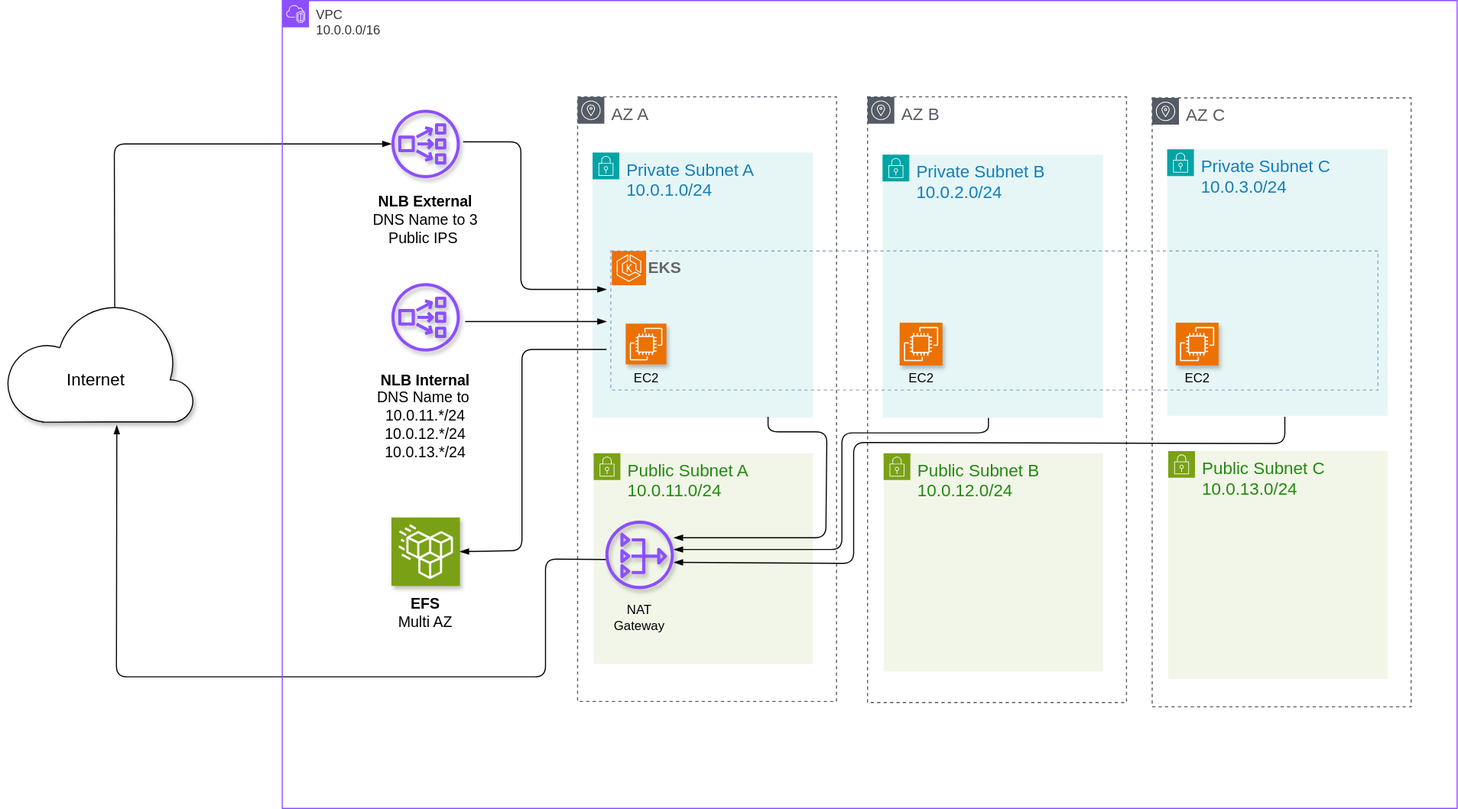
Before: assets/img/eks-terraform.svg, a diagram exported from draw.io (rizvn/rizvn.github.io). Source tidied: cells renumbered, new cells last; positions are measured from the earlier drawing's top-left corner, leaving out a move shared by most shapes.
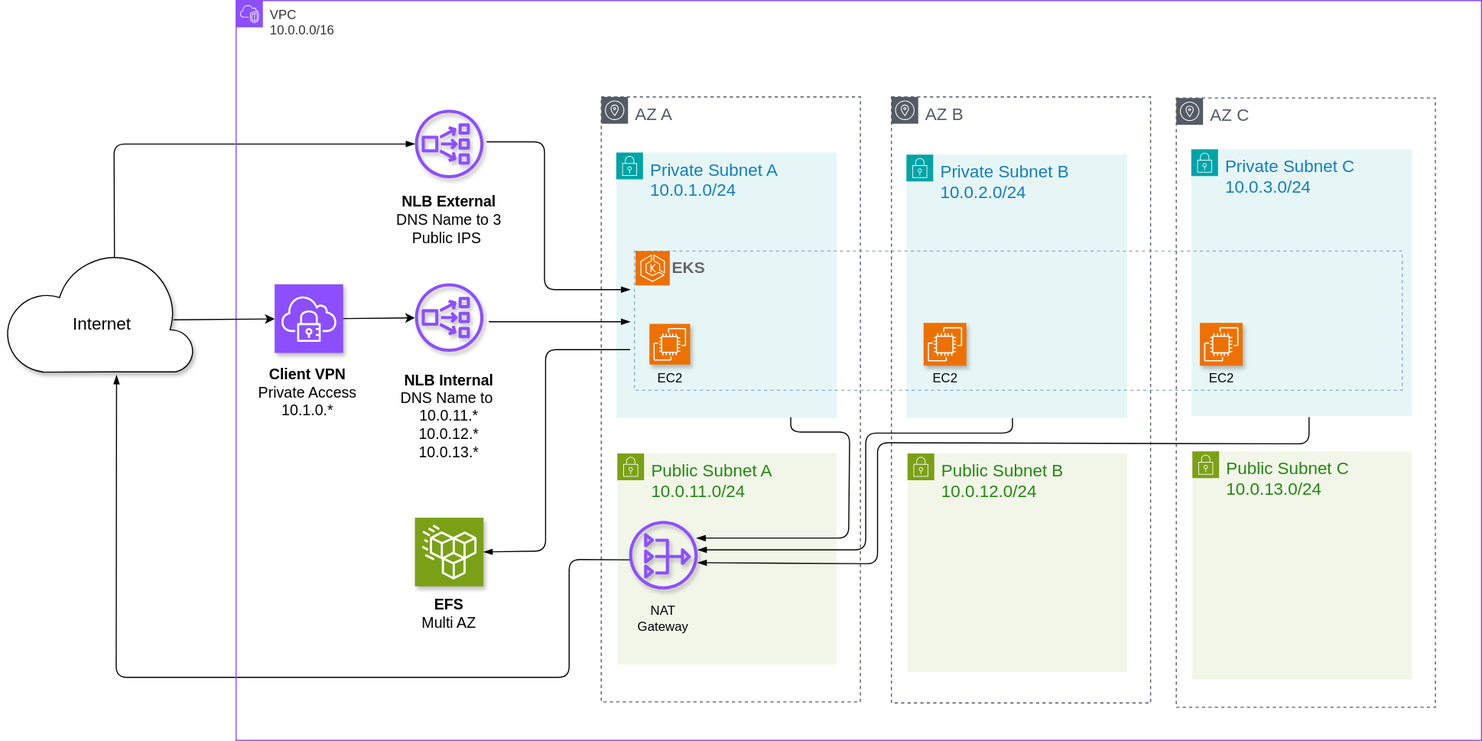
After the change.

What changed in the source:
```diff
@@ -77,7 +77,7 @@
     <mxCell id="26" style="outlineConnect=0;fontColor=#248814;gradientColor=none;fillColor=#8C4FFF;strokeColor=none;dashed=0;verticalLabelPosition=bottom;verticalAlign=top;align=center;html=1;fontSize=12;fontStyle=0;shape=mxgraph.aws4.network_load_balancer;rounded=0;shadow=1;" parent="25" vertex="1">
       <mxGeometry x="20" width="64" height="64" as="geometry" />
     </mxCell>
-    <mxCell id="27" value="&lt;b&gt;NLB Internal&lt;/b&gt;&lt;div style=&quot;font-size: 14px;&quot;&gt;DNS Name to&amp;nbsp;&lt;br style=&quot;font-size: 14px;&quot;&gt;10.0.11.*/24&lt;/div&gt;&lt;div style=&quot;font-size: 14px;&quot;&gt;10.0.12.*/24&lt;br style=&quot;font-size: 14px;&quot;&gt;&lt;/div&gt;&lt;div style=&quot;font-size: 14px;&quot;&gt;10.0.13.*/24&lt;/div&gt;" style="text;html=1;align=center;verticalAlign=middle;whiteSpace=wrap;rounded=0;fontSize=14;" parent="25" vertex="1">
+    <mxCell id="27" value="&lt;b&gt;NLB Internal&lt;/b&gt;&lt;div style=&quot;font-size: 14px;&quot;&gt;DNS Name to&amp;nbsp;&lt;br style=&quot;font-size: 14px;&quot;&gt;10.0.11.*&lt;/div&gt;&lt;div style=&quot;font-size: 14px;&quot;&gt;10.0.12.*&lt;br style=&quot;font-size: 14px;&quot;&gt;&lt;/div&gt;&lt;div style=&quot;font-size: 14px;&quot;&gt;10.0.13.*&lt;/div&gt;" style="text;html=1;align=center;verticalAlign=middle;whiteSpace=wrap;rounded=0;fontSize=14;" parent="25" vertex="1">
       <mxGeometry y="89.3" width="104" height="69.7" as="geometry" />
     </mxCell>
     <mxCell id="28" style="points=[[0,0,0],[0.25,0,0],[0.5,0,0],[0.75,0,0],[1,0,0],[0,1,0],[0.25,1,0],[0.5,1,0],[0.75,1,0],[1,1,0],[0,0.25,0],[0,0.5,0],[0,0.75,0],[1,0.25,0],[1,0.5,0],[1,0.75,0]];outlineConnect=0;fontColor=#232F3E;fillColor=#7AA116;strokeColor=#ffffff;dashed=0;verticalLabelPosition=bottom;verticalAlign=top;align=center;html=1;fontSize=12;fontStyle=0;shape=mxgraph.aws4.resourceIcon;resIcon=mxgraph.aws4.efs_standard;rounded=0;shadow=1;" parent="1" vertex="1">
@@ -114,7 +114,7 @@
     <mxCell id="33" style="endArrow=blockThin;html=1;rounded=1;exitX=0.58;exitY=0.05;exitDx=0;exitDy=0;exitPerimeter=0;endFill=1;curved=0;" parent="1" edge="1" source="35" target="12">
       <mxGeometry relative="1" as="geometry">
         <Array as="points">
-          <mxPoint x="102" y="134" />
+          <mxPoint x="80" y="134" />
         </Array>
       </mxGeometry>
     </mxCell>
@@ -124,12 +124,12 @@
         <Array as="points">
           <mxPoint x="505" y="522" />
           <mxPoint x="505" y="632" />
-          <mxPoint x="104" y="632" />
+          <mxPoint x="82" y="632" />
         </Array>
       </mxGeometry>
     </mxCell>
     <mxCell id="35" style="sketch=0;shadow=1;dashed=0;html=1;strokeColor=default;labelPosition=center;verticalLabelPosition=bottom;verticalAlign=top;align=center;fillColor=default;shape=mxgraph.azure.cloud;" parent="1" vertex="1">
-      <mxGeometry y="281" width="176.6" height="113" as="geometry" />
+      <mxGeometry x="-22" y="234" width="176.6" height="113" as="geometry" />
     </mxCell>
     <mxCell id="36" style="sketch=0;fontColor=#232F3E;gradientColor=none;fillColor=#8C4FFF;strokeColor=none;dashed=0;verticalLabelPosition=bottom;verticalAlign=top;align=center;html=1;fontSize=12;fontStyle=0;shape=mxgraph.aws4.nat_gateway;shadow=1;" parent="1" vertex="1">
       <mxGeometry x="561" y="486" width="64" height="64" as="geometry" />
@@ -138,21 +138,30 @@
       <mxGeometry x="563" y="562" width="60" height="30" as="geometry" />
     </mxCell>
     <mxCell id="38" value="VPC&amp;nbsp;&lt;div&gt;10.0.0.0/16&lt;/div&gt;" style="gradientColor=none;html=1;whiteSpace=wrap;fontSize=12;fontStyle=0;shape=mxgraph.aws4.group;grIcon=mxgraph.aws4.group_vpc2;strokeColor=#8C4FFF;fillColor=none;verticalAlign=top;align=left;spacingLeft=30;fontColor=#333333;dashed=0;" parent="1" vertex="1">
-      <mxGeometry x="259" width="1098" height="755" as="geometry" />
+      <mxGeometry x="194" width="1163" height="691" as="geometry" />
     </mxCell>
     <mxCell id="39" style="endArrow=blockThin;html=1;rounded=1;curved=0;endFill=1;" parent="38" edge="1">
       <mxGeometry relative="1" as="geometry">
-        <mxPoint x="454" y="389" as="sourcePoint" />
-        <mxPoint x="366" y="502" as="targetPoint" />
+        <mxPoint x="518" y="389" as="sourcePoint" />
+        <mxPoint x="430" y="502" as="targetPoint" />
         <Array as="points">
-          <mxPoint x="454" y="403" />
-          <mxPoint x="509" y="403" />
-          <mxPoint x="508" y="502" />
+          <mxPoint x="518" y="403" />
+          <mxPoint x="573" y="403" />
+          <mxPoint x="572" y="502" />
         </Array>
       </mxGeometry>
     </mxCell>
+    <mxCell id="43" style="sketch=0;points=[[0,0,0],[0.25,0,0],[0.5,0,0],[0.75,0,0],[1,0,0],[0,1,0],[0.25,1,0],[0.5,1,0],[0.75,1,0],[1,1,0],[0,0.25,0],[0,0.5,0],[0,0.75,0],[1,0.25,0],[1,0.5,0],[1,0.75,0]];outlineConnect=0;fontColor=#232F3E;fillColor=#8C4FFF;strokeColor=#ffffff;dashed=0;verticalLabelPosition=bottom;verticalAlign=top;align=center;html=1;fontSize=12;fontStyle=0;shape=mxgraph.aws4.resourceIcon;resIcon=mxgraph.aws4.client_vpn;shadow=1;" parent="38" vertex="1">
+      <mxGeometry x="36" y="265" width="64" height="64" as="geometry" />
+    </mxCell>
+    <mxCell id="44" value="&lt;b&gt;Client VPN&lt;/b&gt;&lt;div&gt;Private Access&lt;/div&gt;&lt;div&gt;10.1.0.*&lt;br&gt;&lt;/div&gt;" style="text;html=1;align=center;verticalAlign=middle;whiteSpace=wrap;rounded=0;fontSize=14;fontStyle=0;" parent="38" vertex="1">
+      <mxGeometry x="10" y="335" width="114" height="61" as="geometry" />
+    </mxCell>
+    <mxCell id="45" style="edgeStyle=orthogonalEdgeStyle;rounded=0;orthogonalLoop=1;jettySize=auto;html=1;exitX=0.5;exitY=1;exitDx=0;exitDy=0;" parent="38" edge="1" source="44" target="44">
+      <mxGeometry relative="1" as="geometry" />
+    </mxCell>
     <mxCell id="40" value="Internet" style="text;html=1;align=center;verticalAlign=middle;whiteSpace=wrap;rounded=0;fontSize=16;" parent="1" vertex="1">
-      <mxGeometry x="55" y="339" width="60" height="30" as="geometry" />
+      <mxGeometry x="39" y="287" width="60" height="30" as="geometry" />
     </mxCell>
     <mxCell id="41" style="endArrow=blockThin;html=1;rounded=1;curved=0;endFill=1;" parent="1" edge="1">
       <mxGeometry relative="1" as="geometry">
@@ -176,5 +185,11 @@
         </Array>
       </mxGeometry>
     </mxCell>
+    <mxCell id="46" style="endArrow=classic;html=1;rounded=0;exitX=0.892;exitY=0.568;exitDx=0;exitDy=0;exitPerimeter=0;" parent="1" edge="1" source="35" target="43">
+      <mxGeometry relative="1" as="geometry" />
+    </mxCell>
+    <mxCell id="47" style="endArrow=classic;html=1;rounded=0;exitX=1;exitY=0.5;exitDx=0;exitDy=0;exitPerimeter=0;" parent="1" edge="1" source="43" target="26">
+      <mxGeometry relative="1" as="geometry" />
+    </mxCell>
   </root>
 </mxGraphModel>
```
